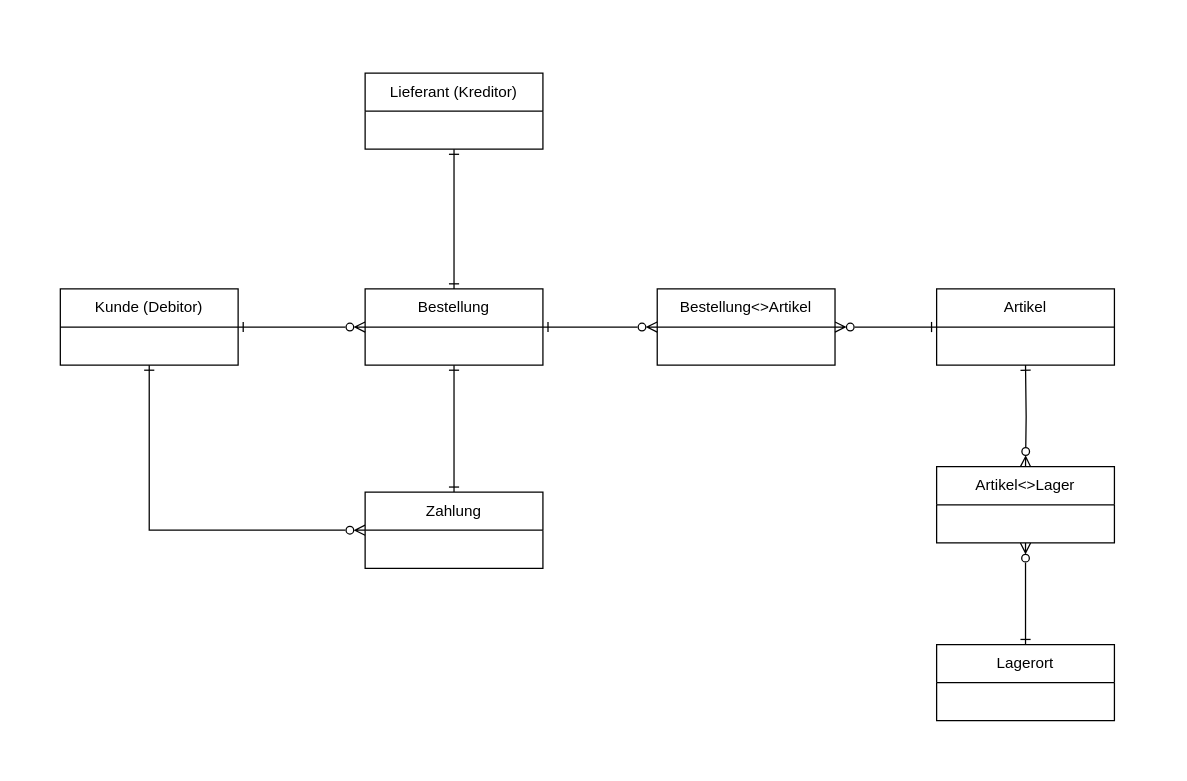
The draw.io diagram doc/ERM.drawio in domirohner/erp, before the edit. Source tidied: cells renumbered, new cells numbered last; positions are measured from the earlier drawing's top-left corner, leaving out a move shared by most shapes. Both pictures are drawn from the tidied source at 127%, with x=0, y=0 at pixel (60, 72).
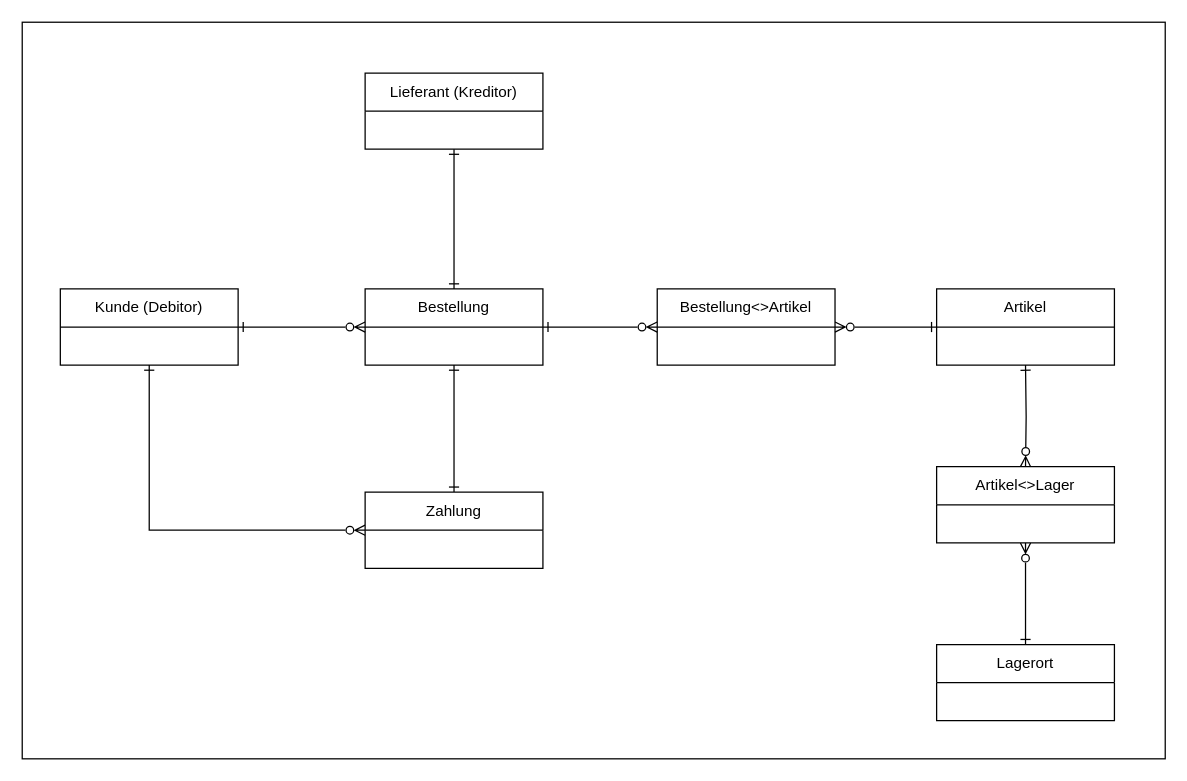
The same diagram, later.

Change to the diagram source:
```diff
@@
+    <mxCell id="18" style="rounded=0;whiteSpace=wrap;html=1;" parent="1" vertex="1">
+      <mxGeometry x="-30" y="-40" width="900" height="580" as="geometry" />
+    </mxCell>
```
